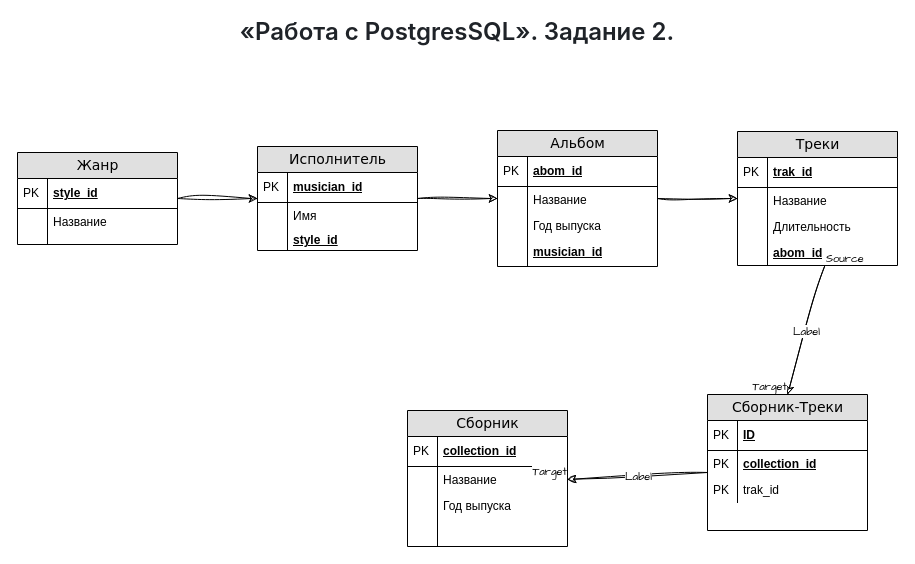
Above: Task2. Work_with_PostgresSQL.drawio in NVV2024/DataBases (draw.io), before the change. Source tidied: cells renumbered, new cells numbered last; positions are measured from the earlier drawing's top-left corner, leaving out a move shared by most shapes. Both pictures are drawn from the tidied source at 100%, with x=0, y=0 at pixel (17, 20).
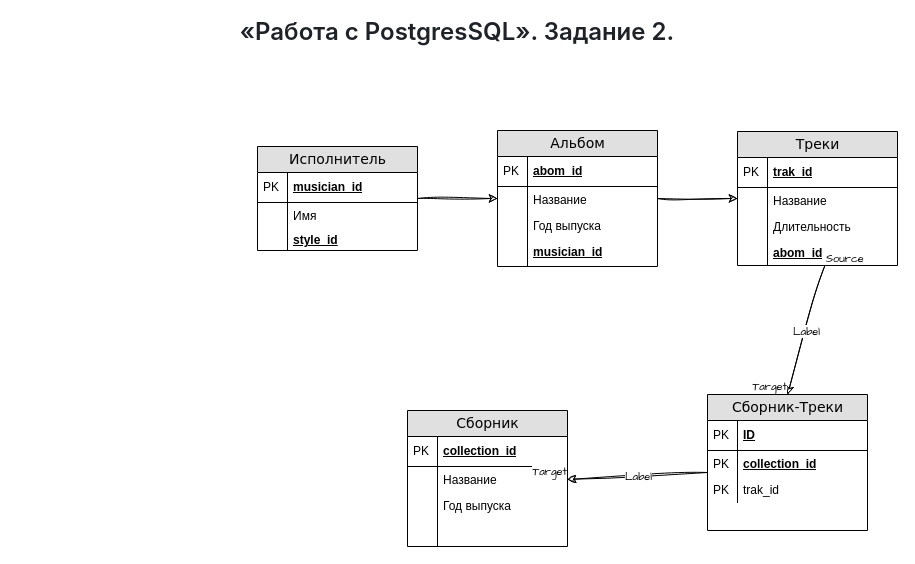
Above is the later version.

Unchanged cells that the change refers to:
```xml
<mxCell id="14" value="Исполнитель" style="swimlane;html=1;fontStyle=0;horizontal=1;startSize=26;fillColor=#e0e0e0;swimlaneFillColor=#ffffff;align=center;rounded=0;shadow=0;comic=0;labelBackgroundColor=none;strokeWidth=1;fontFamily=Verdana;fontSize=14;textDirection=ltr;" parent="1" vertex="1">
  <mxGeometry x="240" y="126" width="160" height="104" as="geometry" />
</mxCell>
```

The edit, as a diff of the source:
```diff
@@
-    <mxCell id="2" style="edgeStyle=orthogonalEdgeStyle;rounded=0;sketch=1;hachureGap=4;jiggle=2;curveFitting=1;jettySize=auto;html=1;fontFamily=Architects Daughter;" parent="1" edge="1" source="3" target="14">
-      <mxGeometry relative="1" as="geometry" />
-    </mxCell>
-    <mxCell id="3" value="Жанр" style="swimlane;html=1;fontStyle=0;horizontal=1;startSize=26;fillColor=#e0e0e0;swimlaneFillColor=#ffffff;align=center;rounded=0;shadow=0;comic=0;labelBackgroundColor=none;strokeWidth=1;fontFamily=Verdana;fontSize=14;textDirection=ltr;" parent="1" vertex="1">
-      <mxGeometry y="132" width="160" height="92" as="geometry" />
-    </mxCell>
-    <mxCell id="4" value="style_id" style="shape=partialRectangle;top=0;left=0;right=0;bottom=1;html=1;align=left;verticalAlign=middle;fillColor=none;spacingLeft=34;spacingRight=4;whiteSpace=wrap;overflow=hidden;fontStyle=5;textDirection=ltr;" parent="3" vertex="1">
-      <mxGeometry y="26" width="160" height="30" as="geometry" />
-    </mxCell>
-    <mxCell id="5" value="PK" style="shape=partialRectangle;top=0;left=0;bottom=0;html=1;fillColor=none;align=left;verticalAlign=middle;spacingLeft=4;spacingRight=4;whiteSpace=wrap;overflow=hidden;textDirection=ltr;" parent="4" vertex="1">
-      <mxGeometry width="30" height="30" as="geometry" />
-    </mxCell>
-    <mxCell id="6" value="Название" style="shape=partialRectangle;top=0;left=0;right=0;bottom=0;html=1;align=left;verticalAlign=top;fillColor=none;spacingLeft=34;spacingRight=4;whiteSpace=wrap;overflow=hidden;textDirection=ltr;" parent="3" vertex="1">
-      <mxGeometry y="56" width="160" height="26" as="geometry" />
-    </mxCell>
-    <mxCell id="7" style="shape=partialRectangle;top=0;left=0;bottom=0;html=1;fillColor=none;align=left;verticalAlign=top;spacingLeft=4;spacingRight=4;whiteSpace=wrap;overflow=hidden;textDirection=ltr;" parent="6" vertex="1">
-      <mxGeometry width="30" height="26" as="geometry" />
-    </mxCell>
-    <mxCell id="8" style="shape=partialRectangle;top=0;left=0;right=0;bottom=0;html=1;align=left;verticalAlign=top;fillColor=none;spacingLeft=34;spacingRight=4;whiteSpace=wrap;overflow=hidden;textDirection=ltr;" parent="3" vertex="1">
-      <mxGeometry y="82" width="160" height="10" as="geometry" />
-    </mxCell>
-    <mxCell id="9" style="shape=partialRectangle;top=0;left=0;bottom=0;html=1;fillColor=none;align=left;verticalAlign=top;spacingLeft=4;spacingRight=4;whiteSpace=wrap;overflow=hidden;textDirection=ltr;" parent="8" vertex="1">
-      <mxGeometry width="30" height="10" as="geometry" />
-    </mxCell>
```
